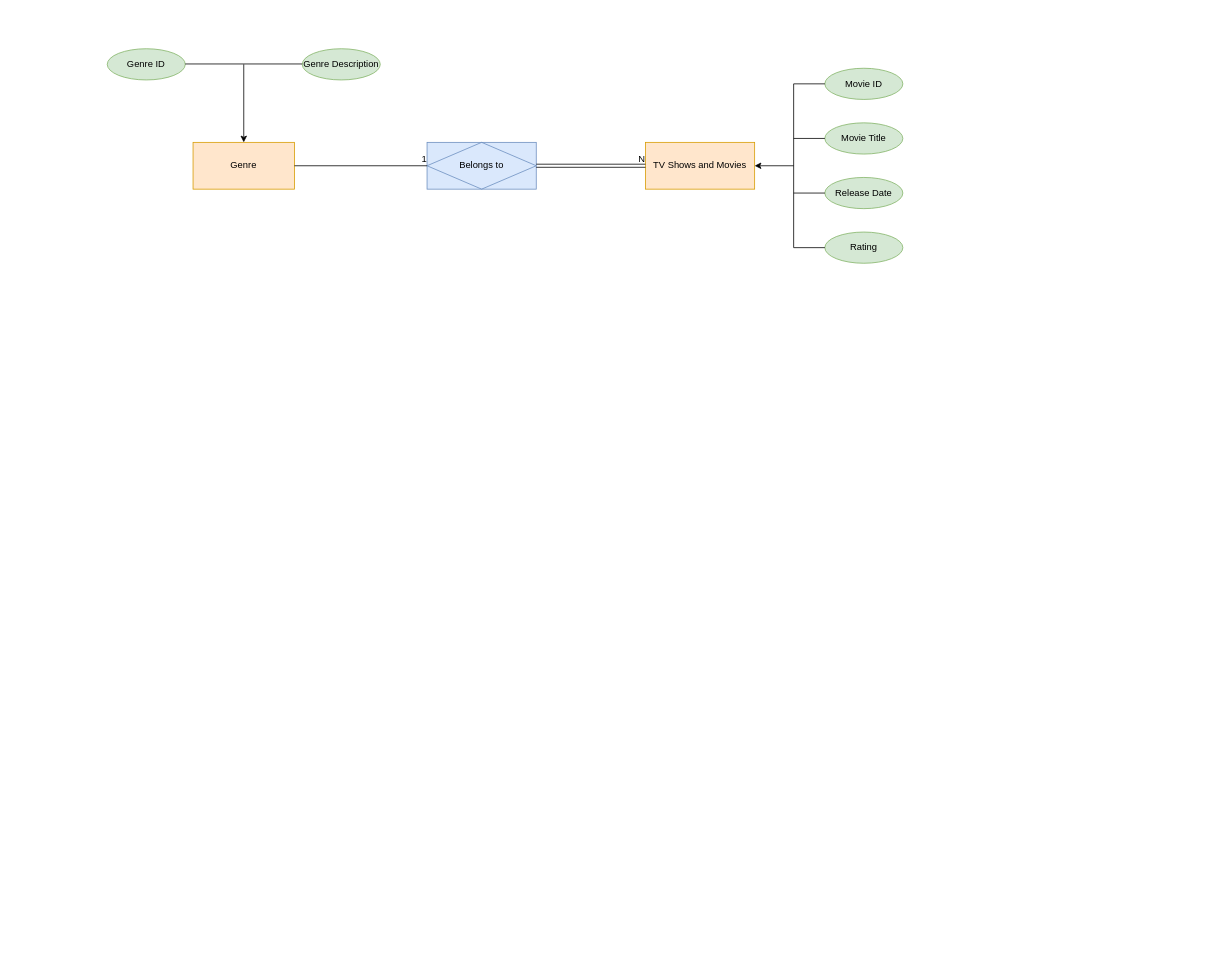
The draw.io diagram Software Modeling/Netflix Conceptual Diagram.drawio in PlamenGospodinov/Exercises-Part-2, before the edit. Source tidied: cells renumbered, new cells numbered last; positions are measured from the earlier drawing's top-left corner, leaving out a move shared by most shapes. Both pictures are drawn from the tidied source at 78%, with x=0, y=0 at pixel (107, 48).
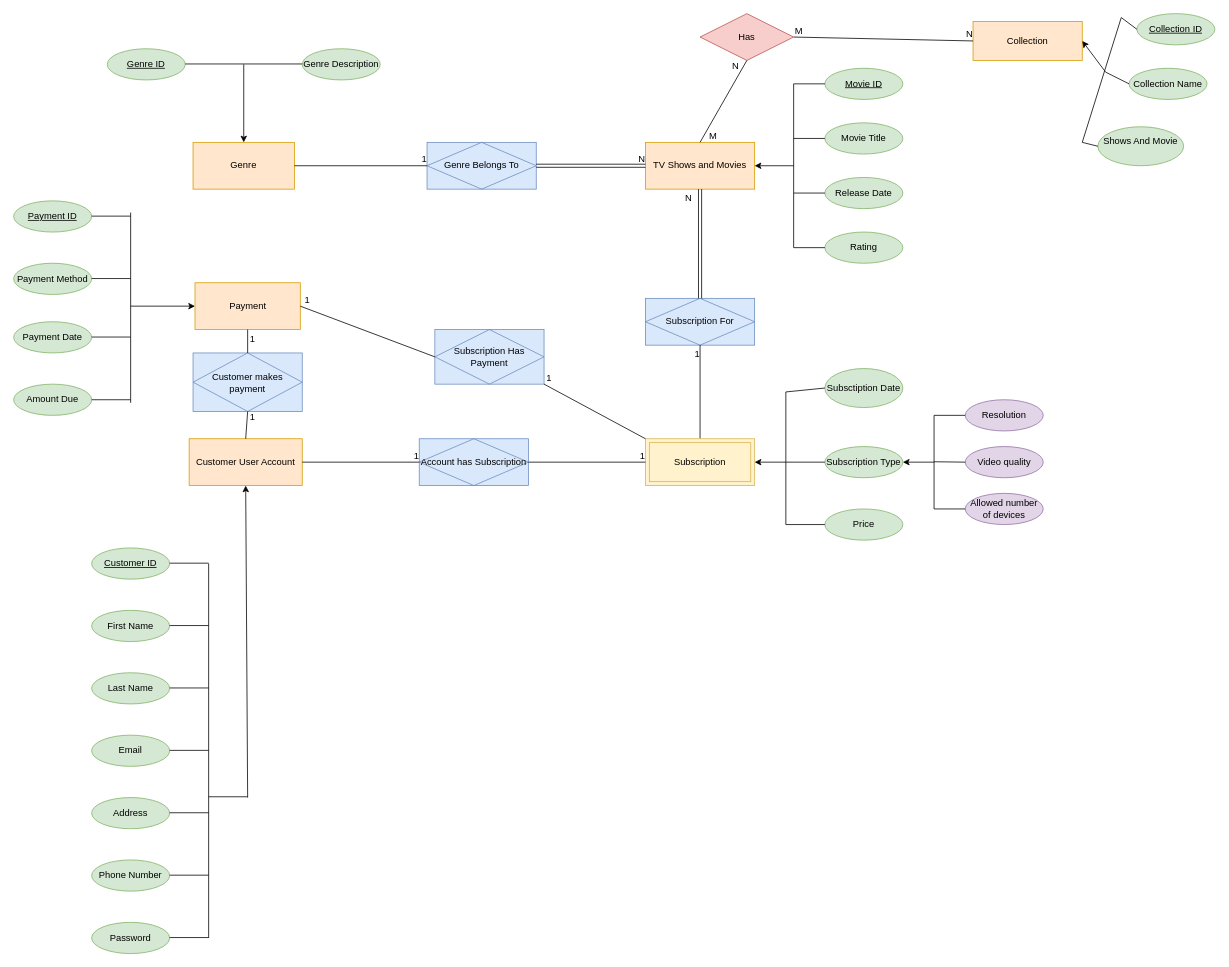
Above is the later version.

The change refers to these unchanged cells:
```xml
<mxCell id="10" value="TV Shows and Movies" style="whiteSpace=wrap;html=1;align=center;fillColor=#ffe6cc;strokeColor=#d79b00;" parent="1" vertex="1">
  <mxGeometry x="690" y="120" width="140" height="60" as="geometry" />
</mxCell>
```

Diff of the diagram source:
```diff
@@
-    <mxCell id="3" value="Genre ID" style="ellipse;whiteSpace=wrap;html=1;align=center;fillColor=#d5e8d4;strokeColor=#82b366;" parent="1" vertex="1">
+    <mxCell id="3" value="Genre ID" style="ellipse;whiteSpace=wrap;html=1;align=center;fillColor=#d5e8d4;strokeColor=#82b366;fontStyle=4;" parent="1" vertex="1">
       <mxGeometry width="100" height="40" as="geometry" />
     </mxCell>
@@
-    <mxCell id="7" value="Belongs to" style="shape=associativeEntity;whiteSpace=wrap;html=1;align=center;fillColor=#dae8fc;strokeColor=#6c8ebf;" parent="1" vertex="1">
+    <mxCell id="7" value="Genre Belongs To" style="shape=associativeEntity;whiteSpace=wrap;html=1;align=center;fillColor=#dae8fc;strokeColor=#6c8ebf;" parent="1" vertex="1">
       <mxGeometry x="410" y="120" width="140" height="60" as="geometry" />
     </mxCell>
@@
-    <mxCell id="13" value="Movie ID" style="ellipse;whiteSpace=wrap;html=1;align=center;fillColor=#d5e8d4;strokeColor=#82b366;" parent="1" vertex="1">
+    <mxCell id="13" value="Movie ID" style="ellipse;whiteSpace=wrap;html=1;align=center;fillColor=#d5e8d4;strokeColor=#82b366;fontStyle=4;" parent="1" vertex="1">
       <mxGeometry x="920" y="25" width="100" height="40" as="geometry" />
     </mxCell>
@@
+    <mxCell id="23" value="Subscription For" style="shape=associativeEntity;whiteSpace=wrap;html=1;align=center;fillColor=#dae8fc;strokeColor=#6c8ebf;" parent="1" vertex="1">
+      <mxGeometry x="690" y="320" width="140" height="60" as="geometry" />
+    </mxCell>
+    <mxCell id="24" style="endArrow=none;html=1;rounded=0;exitX=0.5;exitY=0;exitDx=0;exitDy=0;entryX=0.5;entryY=1;entryDx=0;entryDy=0;" parent="1" edge="1" source="32" target="23">
+      <mxGeometry relative="1" as="geometry" />
+    </mxCell>
+    <mxCell id="25" value="1" style="html=1;align=right;verticalAlign=bottom;" parent="24" vertex="1">
+      <mxGeometry x="1" relative="1" as="geometry">
+        <mxPoint y="20" as="offset" />
+      </mxGeometry>
+    </mxCell>
+    <mxCell id="26" style="shape=link;html=1;rounded=0;exitX=0.5;exitY=0;exitDx=0;exitDy=0;entryX=0.5;entryY=1;entryDx=0;entryDy=0;" parent="1" edge="1" source="23" target="10">
+      <mxGeometry relative="1" as="geometry" />
+    </mxCell>
+    <mxCell id="27" value="N" style="html=1;align=right;verticalAlign=bottom;" parent="26" vertex="1">
+      <mxGeometry x="1" relative="1" as="geometry">
+        <mxPoint x="-10" y="20" as="offset" />
+      </mxGeometry>
+    </mxCell>
+    <mxCell id="28" value="Subsctiption Date" style="ellipse;whiteSpace=wrap;html=1;align=center;fillColor=#d5e8d4;strokeColor=#82b366;" parent="1" vertex="1">
+      <mxGeometry x="920" y="410" width="100" height="50" as="geometry" />
+    </mxCell>
+    <mxCell id="29" value="Subscription Type" style="ellipse;whiteSpace=wrap;html=1;align=center;fillColor=#d5e8d4;strokeColor=#82b366;" parent="1" vertex="1">
+      <mxGeometry x="920" y="510" width="100" height="40" as="geometry" />
+    </mxCell>
+    <mxCell id="30" value="Price" style="ellipse;whiteSpace=wrap;html=1;align=center;fillColor=#d5e8d4;strokeColor=#82b366;" parent="1" vertex="1">
+      <mxGeometry x="920" y="590" width="100" height="40" as="geometry" />
+    </mxCell>
+    <mxCell id="31" value="Resolution" style="ellipse;whiteSpace=wrap;html=1;align=center;fillColor=#e1d5e7;strokeColor=#9673a6;" parent="1" vertex="1">
+      <mxGeometry x="1100" y="450" width="100" height="40" as="geometry" />
+    </mxCell>
+    <mxCell id="32" value="Subscription" style="shape=ext;margin=3;double=1;whiteSpace=wrap;html=1;align=center;fillColor=#fff2cc;strokeColor=#d6b656;" parent="1" vertex="1">
+      <mxGeometry x="690" y="500" width="140" height="60" as="geometry" />
+    </mxCell>
+    <mxCell id="33" value="Video quality" style="ellipse;whiteSpace=wrap;html=1;align=center;fillColor=#e1d5e7;strokeColor=#9673a6;" parent="1" vertex="1">
+      <mxGeometry x="1100" y="510" width="100" height="40" as="geometry" />
+    </mxCell>
+    <mxCell id="34" value="Allowed number of devices" style="ellipse;whiteSpace=wrap;html=1;align=center;fillColor=#e1d5e7;strokeColor=#9673a6;" parent="1" vertex="1">
+      <mxGeometry x="1100" y="570" width="100" height="40" as="geometry" />
+    </mxCell>
+    <mxCell id="35" style="endArrow=none;html=1;rounded=0;entryX=0;entryY=0.5;entryDx=0;entryDy=0;" parent="1" edge="1" target="31">
+      <mxGeometry relative="1" as="geometry">
+        <mxPoint x="1060" y="470" as="sourcePoint" />
+      </mxGeometry>
+    </mxCell>
+    <mxCell id="36" style="endArrow=none;html=1;rounded=0;" parent="1" edge="1" target="33">
+      <mxGeometry relative="1" as="geometry">
+        <mxPoint x="1060" y="529.5" as="sourcePoint" />
+      </mxGeometry>
+    </mxCell>
+    <mxCell id="37" style="endArrow=none;html=1;rounded=0;entryX=0;entryY=0.5;entryDx=0;entryDy=0;" parent="1" edge="1" target="34">
+      <mxGeometry relative="1" as="geometry">
+        <mxPoint x="1060" y="590" as="sourcePoint" />
+      </mxGeometry>
+    </mxCell>
+    <mxCell id="38" style="endArrow=none;html=1;rounded=0;" parent="1" edge="1">
+      <mxGeometry relative="1" as="geometry">
+        <mxPoint x="1060" y="590" as="sourcePoint" />
+        <mxPoint x="1060" y="470" as="targetPoint" />
+      </mxGeometry>
+    </mxCell>
+    <mxCell id="39" style="endArrow=classic;html=1;rounded=0;entryX=1;entryY=0.5;entryDx=0;entryDy=0;" parent="1" edge="1" target="29">
+      <mxGeometry relative="1" as="geometry">
+        <mxPoint x="1060" y="530" as="sourcePoint" />
+      </mxGeometry>
+    </mxCell>
+    <mxCell id="40" style="endArrow=none;html=1;rounded=0;entryX=0;entryY=0.5;entryDx=0;entryDy=0;" parent="1" edge="1" target="28">
+      <mxGeometry relative="1" as="geometry">
+        <mxPoint x="870" y="440" as="sourcePoint" />
+      </mxGeometry>
+    </mxCell>
+    <mxCell id="41" style="endArrow=none;html=1;rounded=0;entryX=0;entryY=0.5;entryDx=0;entryDy=0;" parent="1" edge="1" target="29">
+      <mxGeometry relative="1" as="geometry">
+        <mxPoint x="870" y="530" as="sourcePoint" />
+      </mxGeometry>
+    </mxCell>
+    <mxCell id="42" style="endArrow=none;html=1;rounded=0;entryX=0;entryY=0.5;entryDx=0;entryDy=0;" parent="1" edge="1" target="30">
+      <mxGeometry relative="1" as="geometry">
+        <mxPoint x="870" y="610" as="sourcePoint" />
+      </mxGeometry>
+    </mxCell>
+    <mxCell id="43" style="endArrow=none;html=1;rounded=0;" parent="1" edge="1">
+      <mxGeometry relative="1" as="geometry">
+        <mxPoint x="870" y="440" as="sourcePoint" />
+        <mxPoint x="870" y="610" as="targetPoint" />
+      </mxGeometry>
+    </mxCell>
+    <mxCell id="44" style="endArrow=classic;html=1;rounded=0;" parent="1" edge="1">
+      <mxGeometry relative="1" as="geometry">
+        <mxPoint x="870" y="530" as="sourcePoint" />
+        <mxPoint x="830" y="530" as="targetPoint" />
+      </mxGeometry>
+    </mxCell>
+    <mxCell id="45" value="Customer User Account" style="whiteSpace=wrap;html=1;align=center;fillColor=#ffe6cc;strokeColor=#d79b00;" parent="1" vertex="1">
+      <mxGeometry x="105" y="500" width="145" height="60" as="geometry" />
+    </mxCell>
+    <mxCell id="46" value="Account has Subscription" style="shape=associativeEntity;whiteSpace=wrap;html=1;align=center;fillColor=#dae8fc;strokeColor=#6c8ebf;" parent="1" vertex="1">
+      <mxGeometry x="400" y="500" width="140" height="60" as="geometry" />
+    </mxCell>
+    <mxCell id="47" style="endArrow=none;html=1;rounded=0;exitX=1;exitY=0.5;exitDx=0;exitDy=0;entryX=0;entryY=0.5;entryDx=0;entryDy=0;" parent="1" edge="1" source="45" target="46">
+      <mxGeometry relative="1" as="geometry" />
+    </mxCell>
+    <mxCell id="48" value="1" style="html=1;align=right;verticalAlign=bottom;" parent="47" vertex="1">
+      <mxGeometry x="1" relative="1" as="geometry" />
+    </mxCell>
+    <mxCell id="49" style="endArrow=none;html=1;rounded=0;exitX=1;exitY=0.5;exitDx=0;exitDy=0;" parent="1" edge="1" source="46" target="32">
+      <mxGeometry relative="1" as="geometry" />
+    </mxCell>
+    <mxCell id="50" value="1" style="html=1;align=right;verticalAlign=bottom;" parent="49" vertex="1">
+      <mxGeometry x="1" relative="1" as="geometry" />
+    </mxCell>
+    <mxCell id="51" value="Email" style="ellipse;whiteSpace=wrap;html=1;align=center;fillColor=#d5e8d4;strokeColor=#82b366;" parent="1" vertex="1">
+      <mxGeometry x="-20" y="880" width="100" height="40" as="geometry" />
+    </mxCell>
+    <mxCell id="52" value="First Name" style="ellipse;whiteSpace=wrap;html=1;align=center;fillColor=#d5e8d4;strokeColor=#82b366;" parent="1" vertex="1">
+      <mxGeometry x="-20" y="720" width="100" height="40" as="geometry" />
+    </mxCell>
+    <mxCell id="53" value="Last Name" style="ellipse;whiteSpace=wrap;html=1;align=center;fillColor=#d5e8d4;strokeColor=#82b366;" parent="1" vertex="1">
+      <mxGeometry x="-20" y="800" width="100" height="40" as="geometry" />
+    </mxCell>
+    <mxCell id="54" value="Customer ID" style="ellipse;whiteSpace=wrap;html=1;align=center;fontStyle=4;fillColor=#d5e8d4;strokeColor=#82b366;" parent="1" vertex="1">
+      <mxGeometry x="-20" y="640" width="100" height="40" as="geometry" />
+    </mxCell>
+    <mxCell id="55" value="Address" style="ellipse;whiteSpace=wrap;html=1;align=center;fillColor=#d5e8d4;strokeColor=#82b366;" parent="1" vertex="1">
+      <mxGeometry x="-20" y="960" width="100" height="40" as="geometry" />
+    </mxCell>
+    <mxCell id="56" value="Phone Number" style="ellipse;whiteSpace=wrap;html=1;align=center;fillColor=#d5e8d4;strokeColor=#82b366;" parent="1" vertex="1">
+      <mxGeometry x="-20" y="1040" width="100" height="40" as="geometry" />
+    </mxCell>
+    <mxCell id="57" value="Password" style="ellipse;whiteSpace=wrap;html=1;align=center;fillColor=#d5e8d4;strokeColor=#82b366;" parent="1" vertex="1">
+      <mxGeometry x="-20" y="1120" width="100" height="40" as="geometry" />
+    </mxCell>
+    <mxCell id="58" style="endArrow=none;html=1;rounded=0;" parent="1" edge="1">
+      <mxGeometry relative="1" as="geometry">
+        <mxPoint x="80" y="659.5" as="sourcePoint" />
+        <mxPoint x="130" y="659.5" as="targetPoint" />
+      </mxGeometry>
+    </mxCell>
+    <mxCell id="59" style="endArrow=none;html=1;rounded=0;" parent="1" edge="1">
+      <mxGeometry relative="1" as="geometry">
+        <mxPoint x="80" y="739.5" as="sourcePoint" />
+        <mxPoint x="130" y="739.5" as="targetPoint" />
+      </mxGeometry>
+    </mxCell>
+    <mxCell id="60" style="endArrow=none;html=1;rounded=0;" parent="1" edge="1">
+      <mxGeometry relative="1" as="geometry">
+        <mxPoint x="80" y="819.5" as="sourcePoint" />
+        <mxPoint x="130" y="819.5" as="targetPoint" />
+      </mxGeometry>
+    </mxCell>
+    <mxCell id="61" style="endArrow=none;html=1;rounded=0;" parent="1" edge="1">
+      <mxGeometry relative="1" as="geometry">
+        <mxPoint x="80" y="899.5" as="sourcePoint" />
+        <mxPoint x="130" y="899.5" as="targetPoint" />
+      </mxGeometry>
+    </mxCell>
+    <mxCell id="62" style="endArrow=none;html=1;rounded=0;" parent="1" edge="1">
+      <mxGeometry relative="1" as="geometry">
+        <mxPoint x="80" y="979.5" as="sourcePoint" />
+        <mxPoint x="130" y="979.5" as="targetPoint" />
+      </mxGeometry>
+    </mxCell>
+    <mxCell id="63" style="endArrow=none;html=1;rounded=0;" parent="1" edge="1">
+      <mxGeometry relative="1" as="geometry">
+        <mxPoint x="80" y="1059.5" as="sourcePoint" />
+        <mxPoint x="130" y="1059.5" as="targetPoint" />
+      </mxGeometry>
+    </mxCell>
+    <mxCell id="64" style="endArrow=none;html=1;rounded=0;" parent="1" edge="1">
+      <mxGeometry relative="1" as="geometry">
+        <mxPoint x="80" y="1139.5" as="sourcePoint" />
+        <mxPoint x="130" y="1139.5" as="targetPoint" />
+      </mxGeometry>
+    </mxCell>
+    <mxCell id="65" style="endArrow=none;html=1;rounded=0;" parent="1" edge="1">
+      <mxGeometry relative="1" as="geometry">
+        <mxPoint x="130" y="660" as="sourcePoint" />
+        <mxPoint x="130" y="1140" as="targetPoint" />
+      </mxGeometry>
+    </mxCell>
+    <mxCell id="66" style="endArrow=none;html=1;rounded=0;" parent="1" edge="1">
+      <mxGeometry relative="1" as="geometry">
+        <mxPoint x="130" y="959" as="sourcePoint" />
+        <mxPoint x="180" y="959" as="targetPoint" />
+      </mxGeometry>
+    </mxCell>
+    <mxCell id="67" style="endArrow=classic;html=1;rounded=0;entryX=0.5;entryY=1;entryDx=0;entryDy=0;" parent="1" edge="1" target="45">
+      <mxGeometry relative="1" as="geometry">
+        <mxPoint x="180" y="960" as="sourcePoint" />
+      </mxGeometry>
+    </mxCell>
+    <mxCell id="68" value="Payment" style="whiteSpace=wrap;html=1;align=center;fillColor=#ffe6cc;strokeColor=#d79b00;" parent="1" vertex="1">
+      <mxGeometry x="112.5" y="300" width="135" height="60" as="geometry" />
+    </mxCell>
+    <mxCell id="69" value="Payment Method" style="ellipse;whiteSpace=wrap;html=1;align=center;fillColor=#d5e8d4;strokeColor=#82b366;" parent="1" vertex="1">
+      <mxGeometry x="-120" y="275" width="100" height="40" as="geometry" />
+    </mxCell>
+    <mxCell id="70" value="Payment ID" style="ellipse;whiteSpace=wrap;html=1;align=center;fontStyle=4;fillColor=#d5e8d4;strokeColor=#82b366;" parent="1" vertex="1">
+      <mxGeometry x="-120" y="195" width="100" height="40" as="geometry" />
+    </mxCell>
+    <mxCell id="71" value="Payment Date" style="ellipse;whiteSpace=wrap;html=1;align=center;fillColor=#d5e8d4;strokeColor=#82b366;" parent="1" vertex="1">
+      <mxGeometry x="-120" y="350" width="100" height="40" as="geometry" />
+    </mxCell>
+    <mxCell id="72" value="Amount Due" style="ellipse;whiteSpace=wrap;html=1;align=center;fillColor=#d5e8d4;strokeColor=#82b366;" parent="1" vertex="1">
+      <mxGeometry x="-120" y="430" width="100" height="40" as="geometry" />
+    </mxCell>
+    <mxCell id="73" style="endArrow=none;html=1;rounded=0;" parent="1" edge="1">
+      <mxGeometry relative="1" as="geometry">
+        <mxPoint x="-20" y="450" as="sourcePoint" />
+        <mxPoint x="30" y="450" as="targetPoint" />
+      </mxGeometry>
+    </mxCell>
+    <mxCell id="74" style="endArrow=none;html=1;rounded=0;" parent="1" edge="1">
+      <mxGeometry relative="1" as="geometry">
+        <mxPoint x="-20" y="369.6" as="sourcePoint" />
+        <mxPoint x="30" y="369.6" as="targetPoint" />
+      </mxGeometry>
+    </mxCell>
+    <mxCell id="75" style="endArrow=none;html=1;rounded=0;" parent="1" edge="1">
+      <mxGeometry relative="1" as="geometry">
+        <mxPoint x="-20" y="294.6" as="sourcePoint" />
+        <mxPoint x="30" y="294.6" as="targetPoint" />
+      </mxGeometry>
+    </mxCell>
+    <mxCell id="76" style="endArrow=none;html=1;rounded=0;" parent="1" edge="1">
+      <mxGeometry relative="1" as="geometry">
+        <mxPoint x="-20" y="214.6" as="sourcePoint" />
+        <mxPoint x="30" y="214.6" as="targetPoint" />
+      </mxGeometry>
+    </mxCell>
+    <mxCell id="77" style="endArrow=none;html=1;rounded=0;" parent="1" edge="1">
+      <mxGeometry relative="1" as="geometry">
+        <mxPoint x="30" y="210" as="sourcePoint" />
+        <mxPoint x="30" y="454" as="targetPoint" />
+      </mxGeometry>
+    </mxCell>
+    <mxCell id="78" style="endArrow=classic;html=1;rounded=0;entryX=0;entryY=0.5;entryDx=0;entryDy=0;" parent="1" edge="1" target="68">
+      <mxGeometry relative="1" as="geometry">
+        <mxPoint x="30" y="330" as="sourcePoint" />
+      </mxGeometry>
+    </mxCell>
+    <mxCell id="79" value="Customer makes payment" style="shape=associativeEntity;whiteSpace=wrap;html=1;align=center;fillColor=#dae8fc;strokeColor=#6c8ebf;" parent="1" vertex="1">
+      <mxGeometry x="110" y="390" width="140" height="75" as="geometry" />
+    </mxCell>
+    <mxCell id="80" style="endArrow=none;html=1;rounded=0;exitX=0.5;exitY=0;exitDx=0;exitDy=0;entryX=0.5;entryY=1;entryDx=0;entryDy=0;" parent="1" edge="1" source="45" target="79">
+      <mxGeometry relative="1" as="geometry" />
+    </mxCell>
+    <mxCell id="81" value="1" style="html=1;align=right;verticalAlign=bottom;" parent="80" vertex="1">
+      <mxGeometry x="1" relative="1" as="geometry">
+        <mxPoint x="10" y="15" as="offset" />
+      </mxGeometry>
+    </mxCell>
+    <mxCell id="82" style="endArrow=none;html=1;rounded=0;exitX=0.5;exitY=0;exitDx=0;exitDy=0;entryX=0.5;entryY=1;entryDx=0;entryDy=0;" parent="1" edge="1" source="79" target="68">
+      <mxGeometry relative="1" as="geometry" />
+    </mxCell>
+    <mxCell id="83" value="1" style="html=1;align=right;verticalAlign=bottom;" parent="82" vertex="1">
+      <mxGeometry x="1" relative="1" as="geometry">
+        <mxPoint x="10" y="20" as="offset" />
+      </mxGeometry>
+    </mxCell>
+    <mxCell id="84" value="Subscription Has Payment" style="shape=associativeEntity;whiteSpace=wrap;html=1;align=center;fillColor=#dae8fc;strokeColor=#6c8ebf;" parent="1" vertex="1">
+      <mxGeometry x="420" y="360" width="140" height="70" as="geometry" />
+    </mxCell>
+    <mxCell id="85" style="endArrow=none;html=1;rounded=0;exitX=0;exitY=0;exitDx=0;exitDy=0;entryX=1;entryY=1;entryDx=0;entryDy=0;" parent="1" edge="1" source="32" target="84">
+      <mxGeometry relative="1" as="geometry" />
+    </mxCell>
+    <mxCell id="86" value="1" style="html=1;align=right;verticalAlign=bottom;" parent="85" vertex="1">
+      <mxGeometry x="1" relative="1" as="geometry">
+        <mxPoint x="10" as="offset" />
+      </mxGeometry>
+    </mxCell>
+    <mxCell id="87" style="endArrow=none;html=1;rounded=0;exitX=0;exitY=0.5;exitDx=0;exitDy=0;entryX=1;entryY=0.5;entryDx=0;entryDy=0;" parent="1" edge="1" source="84" target="68">
+      <mxGeometry relative="1" as="geometry" />
+    </mxCell>
+    <mxCell id="88" value="1" style="html=1;align=right;verticalAlign=bottom;" parent="87" vertex="1">
+      <mxGeometry x="1" relative="1" as="geometry">
+        <mxPoint x="12" as="offset" />
+      </mxGeometry>
+    </mxCell>
+    <mxCell id="89" value="Collection" style="whiteSpace=wrap;html=1;align=center;fillColor=#ffe6cc;strokeColor=#d79b00;" parent="1" vertex="1">
+      <mxGeometry x="1110" y="-35" width="140" height="50" as="geometry" />
+    </mxCell>
+    <mxCell id="90" value="Collection Name" style="ellipse;whiteSpace=wrap;html=1;align=center;fillColor=#d5e8d4;strokeColor=#82b366;" parent="1" vertex="1">
+      <mxGeometry x="1310" y="25" width="100" height="40" as="geometry" />
+    </mxCell>
+    <mxCell id="91" value="Collection ID" style="ellipse;whiteSpace=wrap;html=1;align=center;fontStyle=4;fillColor=#d5e8d4;strokeColor=#82b366;" parent="1" vertex="1">
+      <mxGeometry x="1320" y="-45" width="100" height="40" as="geometry" />
+    </mxCell>
+    <mxCell id="92" value="&lt;div&gt;Shows And Movie&lt;/div&gt;&lt;div&gt;&lt;br&gt;&lt;/div&gt;" style="ellipse;whiteSpace=wrap;html=1;align=center;fillColor=#d5e8d4;strokeColor=#82b366;" parent="1" vertex="1">
+      <mxGeometry x="1270" y="100" width="110" height="50" as="geometry" />
+    </mxCell>
+    <mxCell id="93" style="endArrow=none;html=1;rounded=0;entryX=0;entryY=0.5;entryDx=0;entryDy=0;exitX=1;exitY=0.5;exitDx=0;exitDy=0;" parent="1" edge="1" source="96" target="89">
+      <mxGeometry relative="1" as="geometry" />
+    </mxCell>
+    <mxCell id="94" value="M" style="html=1;align=left;verticalAlign=bottom;" parent="93" vertex="1">
+      <mxGeometry x="-1" relative="1" as="geometry" />
+    </mxCell>
+    <mxCell id="95" value="N" style="html=1;align=right;verticalAlign=bottom;" parent="93" vertex="1">
+      <mxGeometry x="1" relative="1" as="geometry" />
+    </mxCell>
+    <mxCell id="96" value="Has" style="shape=rhombus;perimeter=rhombusPerimeter;whiteSpace=wrap;html=1;align=center;fillColor=#f8cecc;strokeColor=#b85450;" parent="1" vertex="1">
+      <mxGeometry x="760" y="-45" width="120" height="60" as="geometry" />
+    </mxCell>
+    <mxCell id="97" style="endArrow=none;html=1;rounded=0;exitX=0.5;exitY=0;exitDx=0;exitDy=0;entryX=0.5;entryY=1;entryDx=0;entryDy=0;" parent="1" edge="1" source="10" target="96">
+      <mxGeometry relative="1" as="geometry" />
+    </mxCell>
+    <mxCell id="98" value="M" style="html=1;align=left;verticalAlign=bottom;" parent="97" vertex="1">
+      <mxGeometry x="-1" relative="1" as="geometry">
+        <mxPoint x="10" as="offset" />
+      </mxGeometry>
+    </mxCell>
+    <mxCell id="99" value="N" style="html=1;align=right;verticalAlign=bottom;" parent="97" vertex="1">
+      <mxGeometry x="1" relative="1" as="geometry">
+        <mxPoint x="-10" y="15" as="offset" />
+      </mxGeometry>
+    </mxCell>
+    <mxCell id="100" style="endArrow=none;html=1;rounded=0;" parent="1" edge="1">
+      <mxGeometry relative="1" as="geometry">
+        <mxPoint x="1250" y="120" as="sourcePoint" />
+        <mxPoint x="1300" y="-40" as="targetPoint" />
+      </mxGeometry>
+    </mxCell>
+    <mxCell id="101" style="endArrow=classic;html=1;rounded=0;entryX=1;entryY=0.5;entryDx=0;entryDy=0;" parent="1" edge="1" target="89">
+      <mxGeometry relative="1" as="geometry">
+        <mxPoint x="1280" y="30" as="sourcePoint" />
+      </mxGeometry>
+    </mxCell>
+    <mxCell id="102" style="endArrow=none;html=1;rounded=0;entryX=0;entryY=0.5;entryDx=0;entryDy=0;" parent="1" edge="1" target="91">
+      <mxGeometry relative="1" as="geometry">
+        <mxPoint x="1300" y="-40" as="sourcePoint" />
+      </mxGeometry>
+    </mxCell>
+    <mxCell id="103" style="endArrow=none;html=1;rounded=0;entryX=0;entryY=0.5;entryDx=0;entryDy=0;" parent="1" edge="1" target="90">
+      <mxGeometry relative="1" as="geometry">
+        <mxPoint x="1280" y="30" as="sourcePoint" />
+      </mxGeometry>
+    </mxCell>
+    <mxCell id="104" style="endArrow=none;html=1;rounded=0;entryX=0;entryY=0.5;entryDx=0;entryDy=0;" parent="1" edge="1" target="92">
+      <mxGeometry relative="1" as="geometry">
+        <mxPoint x="1250" y="120" as="sourcePoint" />
+      </mxGeometry>
+    </mxCell>
```
